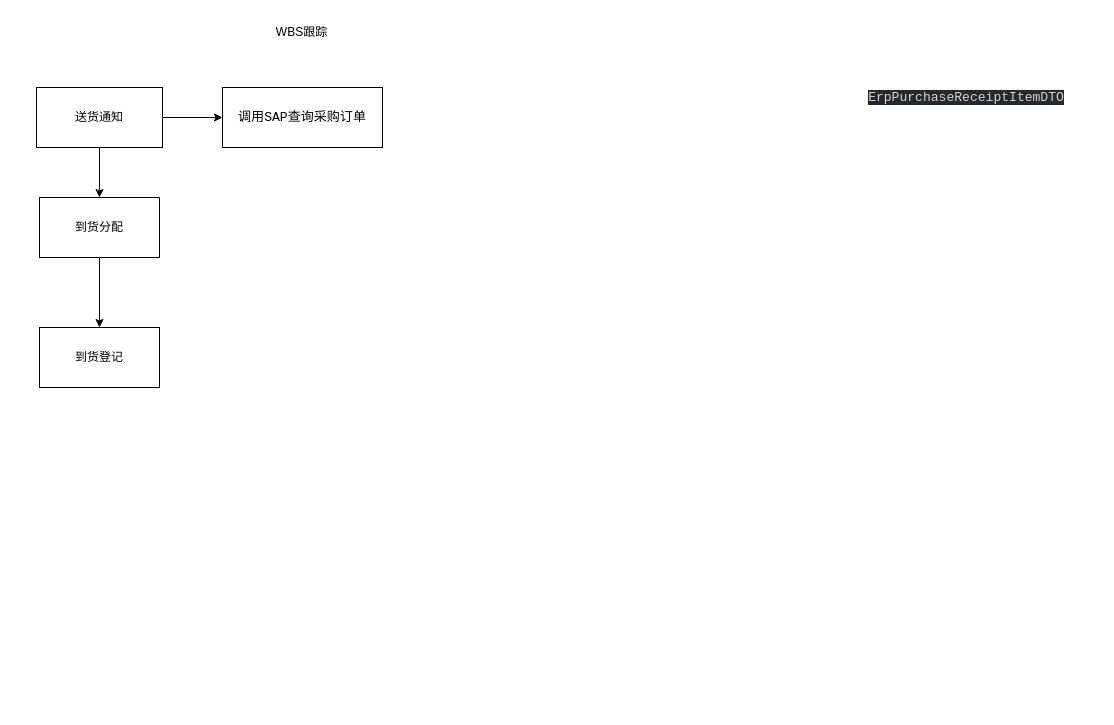
GodTaoz/drawio keeps this draw.io diagram as page "送货管理" (1 of 4) of COOEC/WMS/WMS-WBS跟踪.drawio. Above is the earlier version. Source tidied: cells renumbered, new cells numbered last; positions are measured from the earlier drawing's top-left corner, leaving out a move shared by most shapes. Both pictures are drawn from the tidied source at 100%, with x=0, y=0 at pixel (36, 17).
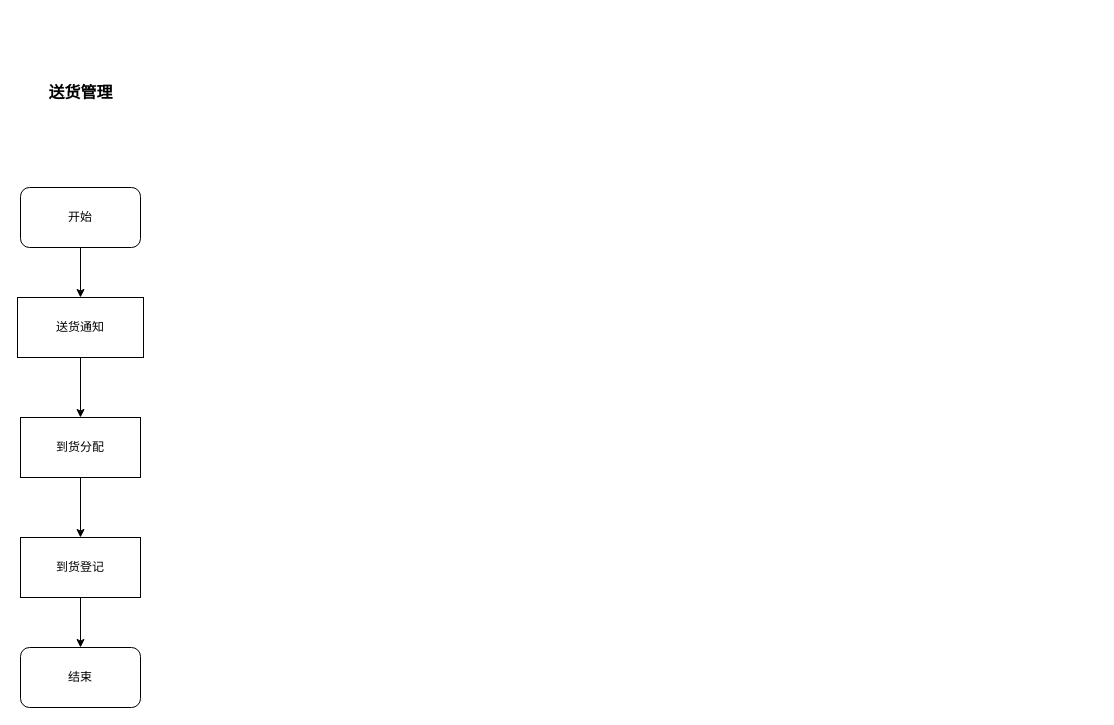
Above is the later version.

Commit message:
更新WMS-送货管理.drawio

What changed in the source:
```diff
@@
 <mxGraphModel>
   <root>
     <mxCell id="0" />
     <mxCell id="1" parent="0" />
-    <mxCell id="2" value="&lt;div style=&quot;&quot;&gt;&lt;pre style=&quot;&quot;&gt;&lt;pre style=&quot;border-color: var(--border-color); font-size: 13.0667px;&quot;&gt;调用SAP&lt;span style=&quot;border-color: var(--border-color);&quot;&gt;查询采购订单&lt;/span&gt;&lt;/pre&gt;&lt;/pre&gt;&lt;/div&gt;" style="rounded=0;whiteSpace=wrap;html=1;" parent="1" vertex="1">
-      <mxGeometry x="186" y="70" width="160" height="60" as="geometry" />
-    </mxCell>
     <mxCell id="3" style="edgeStyle=orthogonalEdgeStyle;rounded=0;jettySize=auto;html=1;exitX=0.5;exitY=1;exitDx=0;exitDy=0;entryX=0.5;entryY=0;entryDx=0;entryDy=0;" parent="1" edge="1" source="5" target="10">
       <mxGeometry relative="1" as="geometry" />
     </mxCell>
-    <mxCell id="4" style="edgeStyle=orthogonalEdgeStyle;rounded=0;jettySize=auto;html=1;exitX=1;exitY=0.5;exitDx=0;exitDy=0;entryX=0;entryY=0.5;entryDx=0;entryDy=0;" parent="1" edge="1" source="5" target="2">
-      <mxGeometry relative="1" as="geometry" />
-    </mxCell>
     <mxCell id="5" value="送货通知" style="rounded=0;whiteSpace=wrap;html=1;" parent="1" vertex="1">
-      <mxGeometry y="70" width="126" height="60" as="geometry" />
+      <mxGeometry x="-19" y="280" width="126" height="60" as="geometry" />
     </mxCell>
-    <mxCell id="6" value="WBS跟踪" style="text;html=1;align=center;verticalAlign=middle;strokeColor=none;fillColor=none;" parent="1" vertex="1">
-      <mxGeometry x="230" width="70" height="30" as="geometry" />
+    <mxCell id="6" value="&lt;font style=&quot;font-size: 16px;&quot;&gt;&lt;b&gt;送货管理&lt;/b&gt;&lt;/font&gt;" style="text;html=1;align=center;verticalAlign=middle;strokeColor=none;fillColor=none;" parent="1" vertex="1">
+      <mxGeometry x="-1" y="60" width="90" height="30" as="geometry" />
     </mxCell>
-    <mxCell id="7" value="&lt;div style=&quot;background-color:#24292e;color:#d1d5da;font-family:'JetBrains Mono',monospace;font-size:9.8pt;&quot;&gt;&lt;pre&gt;ErpPurchaseReceiptItemDTO&lt;/pre&gt;&lt;/div&gt;" style="text;html=1;strokeColor=none;fillColor=none;align=center;verticalAlign=middle;whiteSpace=wrap;rounded=0;" parent="1" vertex="1">
-      <mxGeometry x="800" y="60" width="260" height="40" as="geometry" />
-    </mxCell>
+    <mxCell id="11" style="edgeStyle=orthogonalEdgeStyle;rounded=0;jettySize=auto;html=1;exitX=0.5;exitY=1;exitDx=0;exitDy=0;entryX=0.5;entryY=0;entryDx=0;entryDy=0;" parent="1" edge="1" source="8" target="14">
+      <mxGeometry relative="1" as="geometry" />
+    </mxCell>
     <mxCell id="8" value="到货登记" style="rounded=0;whiteSpace=wrap;html=1;" parent="1" vertex="1">
-      <mxGeometry x="3" y="310" width="120" height="60" as="geometry" />
+      <mxGeometry x="-16" y="520" width="120" height="60" as="geometry" />
     </mxCell>
     <mxCell id="9" style="edgeStyle=orthogonalEdgeStyle;rounded=0;jettySize=auto;html=1;exitX=0.5;exitY=1;exitDx=0;exitDy=0;entryX=0.5;entryY=0;entryDx=0;entryDy=0;" parent="1" edge="1" source="10" target="8">
       <mxGeometry relative="1" as="geometry" />
     </mxCell>
     <mxCell id="10" value="到货分配" style="rounded=0;whiteSpace=wrap;html=1;" parent="1" vertex="1">
-      <mxGeometry x="3" y="180" width="120" height="60" as="geometry" />
+      <mxGeometry x="-16" y="400" width="120" height="60" as="geometry" />
     </mxCell>
+    <mxCell id="12" style="edgeStyle=orthogonalEdgeStyle;rounded=0;jettySize=auto;html=1;exitX=0.5;exitY=1;exitDx=0;exitDy=0;entryX=0.5;entryY=0;entryDx=0;entryDy=0;" parent="1" edge="1" source="13" target="5">
+      <mxGeometry relative="1" as="geometry" />
+    </mxCell>
+    <mxCell id="13" value="开始" style="rounded=1;whiteSpace=wrap;html=1;" parent="1" vertex="1">
+      <mxGeometry x="-16" y="170" width="120" height="60" as="geometry" />
+    </mxCell>
+    <mxCell id="14" value="结束" style="rounded=1;whiteSpace=wrap;html=1;" parent="1" vertex="1">
+      <mxGeometry x="-16" y="630" width="120" height="60" as="geometry" />
+    </mxCell>
   </root>
 </mxGraphModel>
```
